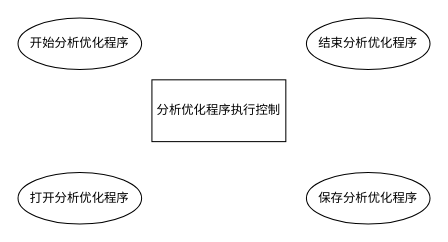
Above: doc/control.drawio in shanshan-lu/homwork (draw.io), before the change. Source tidied: cells renumbered, new cells numbered last; positions are measured from the earlier drawing's top-left corner, leaving out a move shared by most shapes. Both pictures are drawn from the tidied source at 103%, with x=0, y=0 at pixel (18, 18).
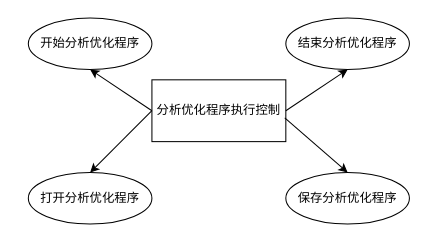
Above is the later version.

The edit, as a diff of the source:
```diff
@@
 <mxGraphModel>
   <root>
     <mxCell id="0" />
     <mxCell id="1" parent="0" />
     <mxCell id="2" value="分析优化程序执行控制" style="rounded=0;whiteSpace=wrap;html=1;" parent="1" vertex="1">
       <mxGeometry x="130" y="60" width="130" height="60" as="geometry" />
     </mxCell>
     <mxCell id="3" value="开始分析优化程序" style="ellipse;whiteSpace=wrap;html=1;" parent="1" vertex="1">
-      <mxGeometry width="120" height="50" as="geometry" />
+      <mxGeometry x="10" width="120" height="50" as="geometry" />
     </mxCell>
     <mxCell id="4" value="结束分析优化程序" style="ellipse;whiteSpace=wrap;html=1;" parent="1" vertex="1">
-      <mxGeometry x="280" width="120" height="50" as="geometry" />
+      <mxGeometry x="260" width="120" height="50" as="geometry" />
     </mxCell>
     <mxCell id="5" value="打开分析优化程序" style="ellipse;whiteSpace=wrap;html=1;" parent="1" vertex="1">
-      <mxGeometry y="150" width="120" height="50" as="geometry" />
+      <mxGeometry x="10" y="150" width="120" height="50" as="geometry" />
     </mxCell>
     <mxCell id="6" value="保存分析优化程序" style="ellipse;whiteSpace=wrap;html=1;" parent="1" vertex="1">
-      <mxGeometry x="280" y="150" width="120" height="50" as="geometry" />
+      <mxGeometry x="260" y="150" width="120" height="50" as="geometry" />
     </mxCell>
+    <mxCell id="7" style="endArrow=classic;html=1;rounded=0;exitX=0;exitY=0.5;exitDx=0;exitDy=0;entryX=0.5;entryY=1;entryDx=0;entryDy=0;" parent="1" edge="1" source="2" target="3">
+      <mxGeometry relative="1" as="geometry" />
+    </mxCell>
+    <mxCell id="8" style="endArrow=classic;html=1;rounded=0;exitX=0;exitY=0.5;exitDx=0;exitDy=0;entryX=0.5;entryY=0;entryDx=0;entryDy=0;" parent="1" edge="1" source="2" target="5">
+      <mxGeometry relative="1" as="geometry" />
+    </mxCell>
+    <mxCell id="9" style="endArrow=classic;html=1;rounded=0;exitX=1;exitY=0.5;exitDx=0;exitDy=0;entryX=0.5;entryY=1;entryDx=0;entryDy=0;" parent="1" edge="1" source="2" target="4">
+      <mxGeometry relative="1" as="geometry" />
+    </mxCell>
+    <mxCell id="10" style="endArrow=classic;html=1;rounded=0;exitX=0.992;exitY=0.617;exitDx=0;exitDy=0;exitPerimeter=0;entryX=0.5;entryY=0;entryDx=0;entryDy=0;" parent="1" edge="1" source="2" target="6">
+      <mxGeometry relative="1" as="geometry" />
+    </mxCell>
   </root>
 </mxGraphModel>
```
